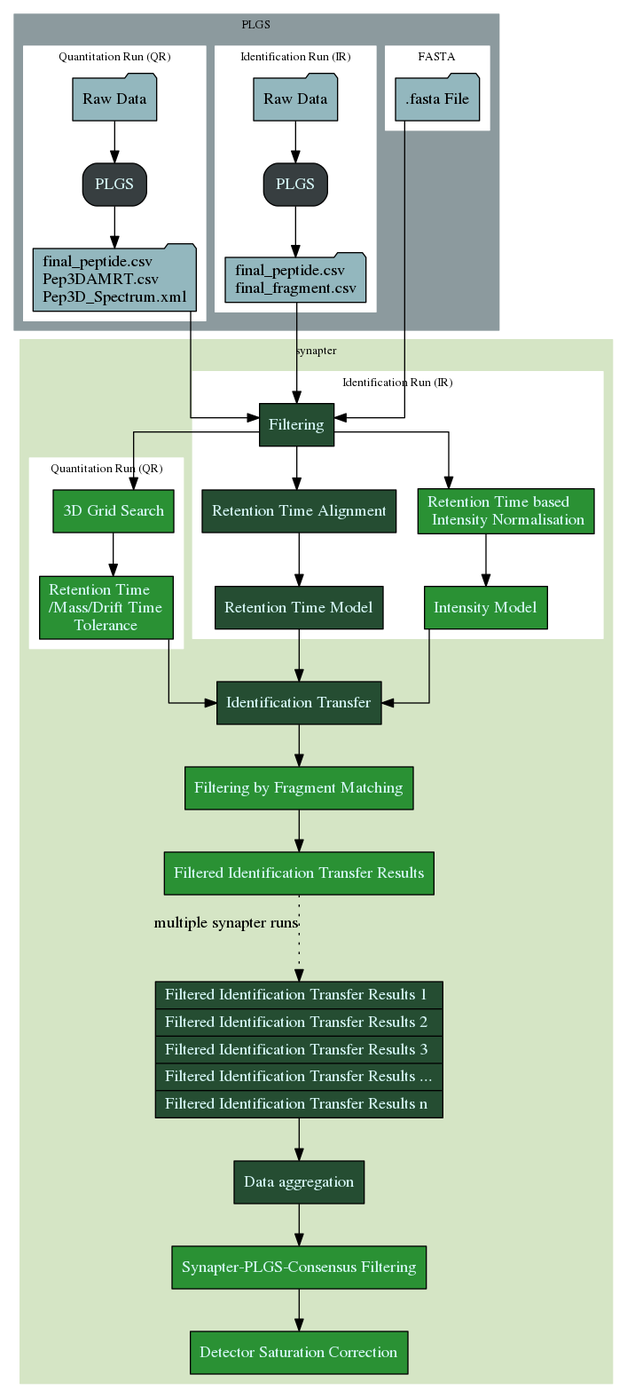
This is vignettes/Figures/synapter2workflow.png from lgatto/synapter, a Graphviz export, as it was before one commit. Its source is kept beside it as vignettes/Dotfiles/synapter2workflow.dot. Source of this version:
```dot
/* create with `dot synapter2workflow.dot -Tpng -o ../Figures/synapter2workflow.png` */
digraph flowchart {
  graph [fontsize=10];
  node [shape="box"];
  splines="ortho";
  /* plgs palette:
      #93b7be
      #d4f5f5
      #305252
      #8c9a9e
      #373e40
   */

  /* synapter palette:
      #d5e5c5
      #2a9134
      #69b578
      #137547
      #254d32
   */

  /* data nodes */
  node [shape="folder"; style="filled", fillcolor="#93b7be", fontcolor="#000000"]
  QR1[label="Raw Data"];
  QR2[label="final_peptide.csv\lPep3DAMRT.csv\lPep3D_Spectrum.xml\l"];
  IR1[label="Raw Data"];
  IR2[label="final_peptide.csv\lfinal_fragment.csv\l"];
  FASTA[label=".fasta File"];

  /* PLGS nodes */
  node [shape="box"; style="filled, rounded", fillcolor="#373e40", fontcolor="#d4f5f5"]
  PLGSIR1[label="PLGS"];
  PLGSQR1[label="PLGS"];

  /* synapter1 nodes */
  node [shape="box"; style="filled", fillcolor="#254d32", fontcolor="#d4f5f5"]
  SFT[label="Filtering"];
  SRTA[label="Retention Time Alignment"];
  SRTM[label="Retention Time Model"];
  SIT[label="Identification Transfer"];
  SDA[label="Data aggregation"];

  /* synapter1 record nodes */
  node [shape="record"]
  SMITF[label="{ Filtered Identification Transfer Results 1\l | Filtered Identification Transfer Results 2\l | Filtered Identification Transfer Results 3\l | Filtered Identification Transfer Results ...\l | Filtered Identification Transfer Results n\l }"]

  /* synapter2 (new) nodes */
  node [shape="box"; style="filled", fillcolor="#2a9134", fontcolor="#d4f5f5"]
  SRTI[label="Retention Time based\l Intensity Normalisation"];
  SIM[label="Intensity Model"];
  SDD[label="3D Grid Search"];
  SRMD[label="Retention Time\l/Mass/Drift Time\lTolerance"];
  SFFM[label="Filtering by Fragment Matching"];
  SITF[label="Filtered Identification Transfer Results"];
  SPCF[label="Synapter-PLGS-Consensus Filtering"];
  SDSC[label="Detector Saturation Correction"];

  subgraph cluster0 {
    label="PLGS";
    style="filled"; color="#8c9a9e";

    subgraph cluster00 {
      label="FASTA"
      style="filled"; color="#ffffff";
      FASTA
    }
    subgraph cluster01 {
      label="Identification Run (IR)";
      style="filled"; color="#ffffff";

      IR1->PLGSIR1;
      PLGSIR1->IR2;
    }
    subgraph cluster02 {
      label="Quantitation Run (QR)";
      style="filled"; color="#ffffff";

      QR1->PLGSQR1;
      PLGSQR1->QR2;
    }
  }

  subgraph cluster1 {
    label="synapter";
    style="filled"; color="#d5e5c5";

    FASTA->SFT;

    subgraph cluster11 {
      label="Identification Run (IR)";
      style="filled"; color="#ffffff";

      IR2->SFT;
      SFT->SRTA;
      SRTA->SRTM;
      SFT->SRTI;
      SRTI->SIM;
    }
    subgraph cluster12 {
      label="Quantitation Run (QR)";
      style="filled"; color="#ffffff";

      QR2->SFT;
      SFT->SDD;
      SDD->SRMD;

      QR2->SDD[style=invis];
    }

    SRTM->SIT;
    SIM->SIT;
    SRMD->SIT;

    SIT->SFFM;
    SFFM->SITF;

    SITF->SMITF [style="dotted", xlabel="multiple synapter runs", minlen=2];

    SMITF->SDA;
    SDA->SPCF;
    SPCF->SDSC;
  }
}
```
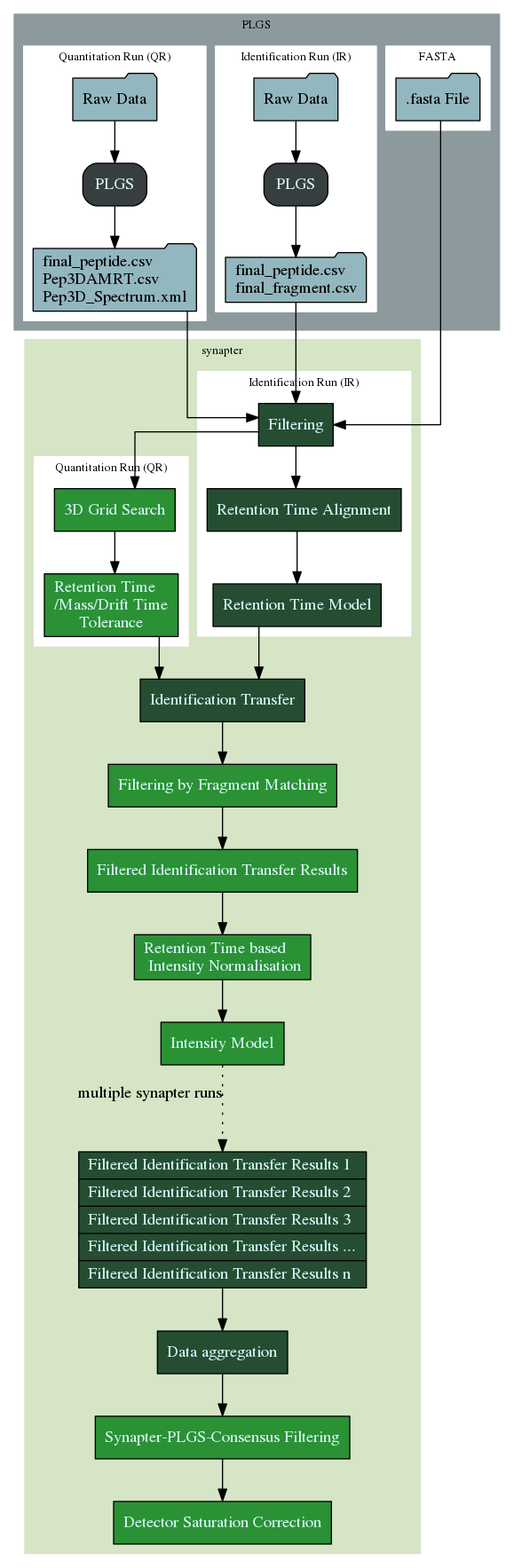
The same diagram one commit later.

Commit message:
modelIntensity just works after findEMRTs

Diff of the diagram source:
```diff
@@ -93,8 +93,6 @@
       IR2->SFT;
       SFT->SRTA;
       SRTA->SRTM;
-      SFT->SRTI;
-      SRTI->SIM;
     }
     subgraph cluster12 {
       label="Quantitation Run (QR)";
@@ -108,13 +106,15 @@
     }
 
     SRTM->SIT;
-    SIM->SIT;
     SRMD->SIT;
 
     SIT->SFFM;
     SFFM->SITF;
 
-    SITF->SMITF [style="dotted", xlabel="multiple synapter runs", minlen=2];
+    SITF->SRTI;
+    SRTI->SIM;
+
+    SIM->SMITF [style="dotted", xlabel="multiple synapter runs", minlen=2];
 
     SMITF->SDA;
     SDA->SPCF;
```
